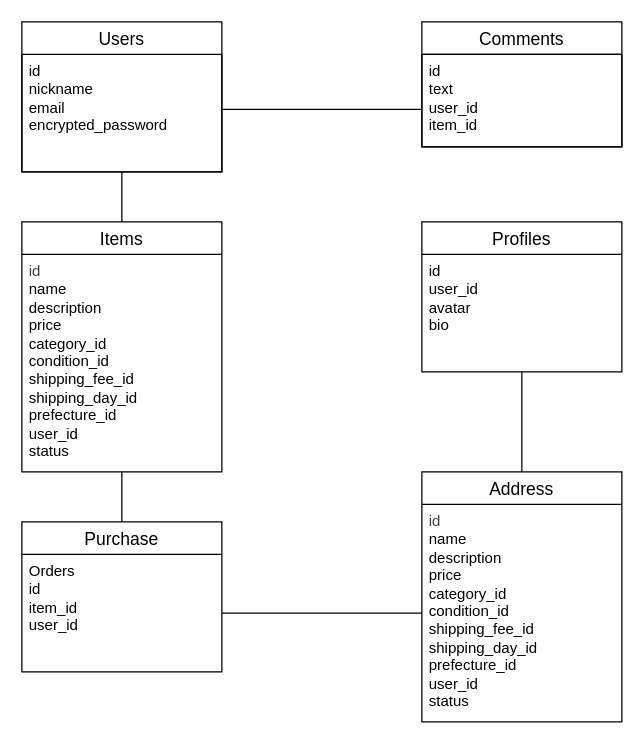
Above: furima.dio in chibi723/furima-45759 (draw.io), before the change. Source tidied: cells renumbered, new cells numbered last; positions are measured from the earlier drawing's top-left corner, leaving out a move shared by most shapes. Both pictures are drawn from the tidied source at 125%, with x=0, y=0 at pixel (21, 21).
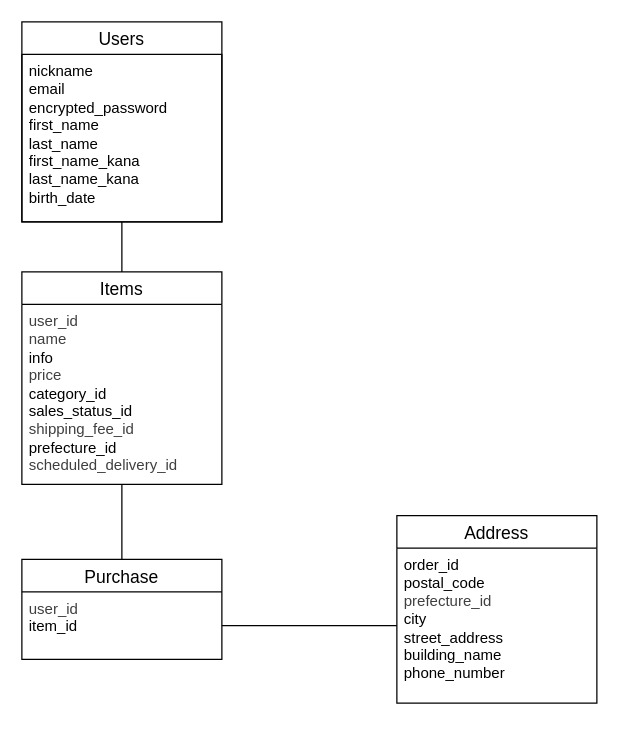
Above is the later version.

What changed in the source:
```diff
@@
 <mxGraphModel>
   <root>
     <mxCell id="0" />
     <mxCell id="1" parent="0" />
-    <mxCell id="2" value="Comments" style="swimlane;fontStyle=0;horizontal=1;startSize=26;align=center;fontSize=14;" parent="1" vertex="1">
-      <mxGeometry x="320" width="160" height="100" as="geometry" />
-    </mxCell>
-    <mxCell id="3" value="&lt;div&gt;&lt;font color=&quot;#000000&quot;&gt;id&lt;/font&gt;&lt;/div&gt;&lt;div&gt;&lt;font color=&quot;#000000&quot;&gt;text&lt;/font&gt;&lt;/div&gt;&lt;div&gt;&lt;font color=&quot;#000000&quot;&gt;user_id&lt;/font&gt;&lt;/div&gt;&lt;div&gt;&lt;font color=&quot;#000000&quot;&gt;item_id&lt;/font&gt;&lt;/div&gt;" style="text;strokeColor=default;fillColor=none;spacingLeft=4;spacingRight=4;overflow=hidden;fontSize=12;whiteSpace=wrap;html=1;" parent="2" vertex="1">
-      <mxGeometry y="26" width="160" height="74" as="geometry" />
-    </mxCell>
     <mxCell id="4" value="Users" style="swimlane;fontStyle=0;horizontal=1;startSize=26;align=center;fontSize=14;swimlaneLine=0;" parent="1" vertex="1">
-      <mxGeometry width="160" height="120" as="geometry" />
+      <mxGeometry width="160" height="160" as="geometry" />
     </mxCell>
-    <mxCell id="5" value="&lt;div&gt;&lt;div&gt;&lt;font color=&quot;#000000&quot;&gt;id&lt;/font&gt;&lt;/div&gt;&lt;div&gt;&lt;font color=&quot;#000000&quot;&gt;nickname&lt;/font&gt;&lt;/div&gt;&lt;div&gt;&lt;font color=&quot;#000000&quot;&gt;email&lt;/font&gt;&lt;/div&gt;&lt;div&gt;&lt;font color=&quot;#000000&quot;&gt;encrypted_password&lt;/font&gt;&lt;/div&gt;&lt;/div&gt;&lt;div&gt;&lt;br&gt;&lt;/div&gt;&lt;div&gt;&lt;br&gt;&lt;/div&gt;&lt;div&gt;&lt;br&gt;&lt;/div&gt;&lt;div&gt;&lt;br&gt;&lt;/div&gt;&lt;div&gt;&lt;br&gt;&lt;/div&gt;&lt;div&gt;&lt;br&gt;&lt;/div&gt;&lt;div&gt;&lt;br&gt;&lt;/div&gt;" style="text;spacingLeft=4;spacingRight=4;overflow=hidden;points=[[0,0.5],[1,0.5]];portConstraint=eastwest;fontSize=12;whiteSpace=wrap;html=1;strokeColor=default;rounded=0;glass=0;shadow=0;" parent="4" vertex="1">
-      <mxGeometry y="26" width="160" height="94" as="geometry" />
+    <mxCell id="5" value="&lt;div&gt;&lt;div&gt;&lt;span style=&quot;background-color: transparent;&quot;&gt;nickname&lt;/span&gt;&lt;/div&gt;&lt;div&gt;&lt;font color=&quot;#000000&quot;&gt;email&lt;/font&gt;&lt;/div&gt;&lt;div&gt;&lt;font color=&quot;#000000&quot;&gt;encrypted_password&lt;/font&gt;&lt;/div&gt;&lt;/div&gt;&lt;div&gt;&lt;font&gt;first_name&lt;/font&gt;&lt;/div&gt;&lt;div&gt;&lt;font&gt;last_name&lt;/font&gt;&lt;/div&gt;&lt;div&gt;&lt;font&gt;first_name_kana&lt;/font&gt;&lt;/div&gt;&lt;div&gt;&lt;font&gt;last_name_kana&lt;/font&gt;&lt;/div&gt;&lt;div&gt;&lt;font&gt;birth_date&lt;/font&gt;&lt;/div&gt;&lt;div&gt;&lt;font&gt;&lt;br&gt;&lt;/font&gt;&lt;/div&gt;&lt;div&gt;&lt;br&gt;&lt;/div&gt;&lt;div&gt;&lt;br&gt;&lt;/div&gt;&lt;div&gt;&lt;br&gt;&lt;/div&gt;&lt;div&gt;&lt;br&gt;&lt;/div&gt;&lt;div&gt;&lt;br&gt;&lt;/div&gt;&lt;div&gt;&lt;br&gt;&lt;/div&gt;&lt;div&gt;&lt;br&gt;&lt;/div&gt;" style="text;spacingLeft=4;spacingRight=4;overflow=hidden;points=[[0,0.5],[1,0.5]];portConstraint=eastwest;fontSize=12;whiteSpace=wrap;html=1;strokeColor=default;rounded=0;glass=0;shadow=0;" parent="4" vertex="1">
+      <mxGeometry y="26" width="160" height="134" as="geometry" />
     </mxCell>
     <mxCell id="6" style="edgeStyle=none;html=1;endArrow=none;endFill=0;" parent="1" edge="1" source="7" target="5">
       <mxGeometry relative="1" as="geometry" />
     </mxCell>
     <mxCell id="7" value="Items" style="swimlane;fontStyle=0;horizontal=1;startSize=26;align=center;fontSize=14;" parent="1" vertex="1">
-      <mxGeometry y="160" width="160" height="200" as="geometry" />
+      <mxGeometry y="200" width="160" height="170" as="geometry" />
     </mxCell>
-    <mxCell id="8" value="&lt;span style=&quot;background-color: transparent; color: rgb(63, 63, 63);&quot;&gt;id&lt;/span&gt;&lt;div&gt;&lt;font&gt;&lt;div style=&quot;&quot;&gt;name&lt;/div&gt;&lt;div style=&quot;&quot;&gt;description&lt;/div&gt;&lt;div style=&quot;&quot;&gt;price&lt;/div&gt;&lt;div style=&quot;&quot;&gt;category_id&lt;/div&gt;&lt;div style=&quot;&quot;&gt;condition_id&lt;/div&gt;&lt;div style=&quot;&quot;&gt;shipping_fee_id&lt;/div&gt;&lt;div style=&quot;&quot;&gt;shipping_day_id&lt;/div&gt;&lt;div style=&quot;&quot;&gt;prefecture_id&lt;/div&gt;&lt;div style=&quot;&quot;&gt;user_id&lt;/div&gt;&lt;div style=&quot;&quot;&gt;status&lt;/div&gt;&lt;div style=&quot;color: light-dark(rgb(0, 0, 0), rgb(237, 237, 237));&quot;&gt;&lt;br&gt;&lt;/div&gt;&lt;/font&gt;&lt;div&gt;&lt;br&gt;&lt;/div&gt;&lt;div&gt;&lt;br&gt;&lt;/div&gt;&lt;/div&gt;" style="text;strokeColor=none;fillColor=none;spacingLeft=4;spacingRight=4;overflow=hidden;points=[[0,0.5],[1,0.5]];portConstraint=eastwest;fontSize=12;whiteSpace=wrap;html=1;" parent="7" vertex="1">
-      <mxGeometry y="26" width="160" height="174" as="geometry" />
+    <mxCell id="8" value="&lt;div&gt;&lt;span style=&quot;background-color: transparent; color: rgb(63, 63, 63);&quot;&gt;user_id&lt;/span&gt;&lt;/div&gt;&lt;span style=&quot;color: rgb(63, 63, 63); background-color: transparent;&quot;&gt;name&lt;/span&gt;&lt;div&gt;info&lt;/div&gt;&lt;div&gt;&lt;span style=&quot;color: rgb(63, 63, 63);&quot;&gt;price&lt;/span&gt;&lt;div&gt;&lt;font&gt;&lt;div style=&quot;&quot;&gt;category_id&lt;/div&gt;&lt;div style=&quot;&quot;&gt;sales_status_id&lt;/div&gt;&lt;div style=&quot;&quot;&gt;&lt;span style=&quot;color: rgb(63, 63, 63);&quot;&gt;shipping_fee_id&lt;/span&gt;&lt;/div&gt;&lt;div style=&quot;&quot;&gt;prefecture_id&lt;/div&gt;&lt;div style=&quot;color: light-dark(rgb(0, 0, 0), rgb(237, 237, 237));&quot;&gt;&lt;span style=&quot;color: rgb(63, 63, 63);&quot;&gt;scheduled_delivery_id&lt;/span&gt;&lt;/div&gt;&lt;/font&gt;&lt;div&gt;&lt;br&gt;&lt;/div&gt;&lt;div&gt;&lt;br&gt;&lt;/div&gt;&lt;/div&gt;&lt;/div&gt;" style="text;strokeColor=none;fillColor=none;spacingLeft=4;spacingRight=4;overflow=hidden;points=[[0,0.5],[1,0.5]];portConstraint=eastwest;fontSize=12;whiteSpace=wrap;html=1;" parent="7" vertex="1">
+      <mxGeometry y="26" width="160" height="144" as="geometry" />
     </mxCell>
-    <mxCell id="9" value="Profiles" style="swimlane;fontStyle=0;horizontal=1;startSize=26;align=center;fontSize=14;" parent="1" vertex="1">
-      <mxGeometry x="320" y="160" width="160" height="120" as="geometry" />
-    </mxCell>
-    <mxCell id="10" value="&lt;div&gt;&lt;div&gt;&lt;div&gt;&lt;font color=&quot;#000000&quot;&gt;id&lt;/font&gt;&lt;/div&gt;&lt;div&gt;&lt;font color=&quot;#000000&quot;&gt;user_id&lt;/font&gt;&lt;/div&gt;&lt;div&gt;&lt;font color=&quot;#000000&quot;&gt;avatar&lt;/font&gt;&lt;/div&gt;&lt;div&gt;&lt;font color=&quot;#000000&quot;&gt;bio&lt;/font&gt;&lt;/div&gt;&lt;/div&gt;&lt;/div&gt;" style="text;strokeColor=none;fillColor=none;spacingLeft=4;spacingRight=4;overflow=hidden;points=[[0,0.5],[1,0.5]];portConstraint=eastwest;fontSize=12;whiteSpace=wrap;html=1;" parent="9" vertex="1">
-      <mxGeometry y="26" width="160" height="94" as="geometry" />
-    </mxCell>
-    <mxCell id="11" style="edgeStyle=none;html=1;endArrow=none;endFill=0;" parent="1" edge="1" source="12" target="10">
-      <mxGeometry relative="1" as="geometry" />
-    </mxCell>
     <mxCell id="12" value="Address" style="swimlane;fontStyle=0;horizontal=1;startSize=26;align=center;fontSize=14;" parent="1" vertex="1">
-      <mxGeometry x="320" y="360" width="160" height="200" as="geometry" />
+      <mxGeometry x="300" y="395" width="160" height="150" as="geometry" />
     </mxCell>
-    <mxCell id="13" value="&lt;span style=&quot;background-color: transparent; color: rgb(63, 63, 63);&quot;&gt;id&lt;/span&gt;&lt;div&gt;&lt;font&gt;&lt;div style=&quot;&quot;&gt;name&lt;/div&gt;&lt;div style=&quot;&quot;&gt;description&lt;/div&gt;&lt;div style=&quot;&quot;&gt;price&lt;/div&gt;&lt;div style=&quot;&quot;&gt;category_id&lt;/div&gt;&lt;div style=&quot;&quot;&gt;condition_id&lt;/div&gt;&lt;div style=&quot;&quot;&gt;shipping_fee_id&lt;/div&gt;&lt;div style=&quot;&quot;&gt;shipping_day_id&lt;/div&gt;&lt;div style=&quot;&quot;&gt;prefecture_id&lt;/div&gt;&lt;div style=&quot;&quot;&gt;user_id&lt;/div&gt;&lt;div style=&quot;&quot;&gt;status&lt;/div&gt;&lt;div style=&quot;color: light-dark(rgb(0, 0, 0), rgb(237, 237, 237));&quot;&gt;&lt;br&gt;&lt;/div&gt;&lt;/font&gt;&lt;div&gt;&lt;br&gt;&lt;/div&gt;&lt;div&gt;&lt;br&gt;&lt;/div&gt;&lt;/div&gt;" style="text;strokeColor=none;fillColor=none;spacingLeft=4;spacingRight=4;overflow=hidden;points=[[0,0.5],[1,0.5]];portConstraint=eastwest;fontSize=12;whiteSpace=wrap;html=1;" parent="12" vertex="1">
-      <mxGeometry y="26" width="160" height="174" as="geometry" />
+    <mxCell id="13" value="&lt;font&gt;&lt;div style=&quot;&quot;&gt;order_id&lt;/div&gt;&lt;div style=&quot;&quot;&gt;postal_code&lt;/div&gt;&lt;div style=&quot;&quot;&gt;&lt;span style=&quot;color: rgb(63, 63, 63);&quot;&gt;prefecture_id&lt;/span&gt;&lt;/div&gt;&lt;div style=&quot;&quot;&gt;city&lt;/div&gt;&lt;div style=&quot;&quot;&gt;street_address&lt;/div&gt;&lt;div style=&quot;&quot;&gt;building_name&lt;/div&gt;&lt;div style=&quot;&quot;&gt;phone_number&lt;/div&gt;&lt;/font&gt;" style="text;strokeColor=none;fillColor=none;spacingLeft=4;spacingRight=4;overflow=hidden;points=[[0,0.5],[1,0.5]];portConstraint=eastwest;fontSize=12;whiteSpace=wrap;html=1;" parent="12" vertex="1">
+      <mxGeometry y="26" width="160" height="124" as="geometry" />
     </mxCell>
     <mxCell id="14" style="edgeStyle=none;html=1;endArrow=none;endFill=0;" parent="1" edge="1" source="15" target="8">
       <mxGeometry relative="1" as="geometry" />
     </mxCell>
     <mxCell id="15" value="Purchase" style="swimlane;fontStyle=0;horizontal=1;startSize=26;align=center;fontSize=14;" parent="1" vertex="1">
-      <mxGeometry y="400" width="160" height="120" as="geometry" />
+      <mxGeometry y="430" width="160" height="80" as="geometry" />
     </mxCell>
-    <mxCell id="16" value="&lt;div&gt;&lt;font color=&quot;#000000&quot;&gt;Orders&lt;/font&gt;&lt;/div&gt;&lt;div&gt;&lt;font color=&quot;#000000&quot;&gt;id&lt;/font&gt;&lt;/div&gt;&lt;div&gt;&lt;font color=&quot;#000000&quot;&gt;item_id&lt;/font&gt;&lt;/div&gt;&lt;div&gt;&lt;font color=&quot;#000000&quot;&gt;user_id&lt;/font&gt;&lt;/div&gt;&lt;div&gt;&lt;br&gt;&lt;/div&gt;" style="text;strokeColor=none;fillColor=none;spacingLeft=4;spacingRight=4;overflow=hidden;points=[[0,0.5],[1,0.5]];portConstraint=eastwest;fontSize=12;whiteSpace=wrap;html=1;" parent="15" vertex="1">
-      <mxGeometry y="26" width="160" height="94" as="geometry" />
+    <mxCell id="16" value="&lt;div style=&quot;color: rgb(63, 63, 63); scrollbar-color: rgb(226, 226, 226) rgb(251, 251, 251);&quot;&gt;&lt;font style=&quot;scrollbar-color: rgb(226, 226, 226) rgb(251, 251, 251);&quot;&gt;user_id&lt;/font&gt;&lt;/div&gt;&lt;div&gt;&lt;span style=&quot;background-color: transparent;&quot;&gt;item_id&lt;/span&gt;&lt;/div&gt;&lt;div&gt;&lt;br&gt;&lt;/div&gt;&lt;div&gt;&lt;br&gt;&lt;/div&gt;" style="text;strokeColor=none;fillColor=none;spacingLeft=4;spacingRight=4;overflow=hidden;points=[[0,0.5],[1,0.5]];portConstraint=eastwest;fontSize=12;whiteSpace=wrap;html=1;" parent="15" vertex="1">
+      <mxGeometry y="26" width="160" height="54" as="geometry" />
     </mxCell>
-    <mxCell id="17" style="edgeStyle=none;html=1;exitX=1;exitY=0.5;exitDx=0;exitDy=0;endArrow=none;endFill=0;" parent="1" edge="1">
-      <mxGeometry relative="1" as="geometry">
-        <mxPoint x="160" y="70" as="sourcePoint" />
-        <mxPoint x="320" y="70" as="targetPoint" />
-      </mxGeometry>
-    </mxCell>
     <mxCell id="18" style="edgeStyle=none;html=1;entryX=0;entryY=0.5;entryDx=0;entryDy=0;endArrow=none;endFill=0;" parent="1" edge="1" source="16" target="13">
       <mxGeometry relative="1" as="geometry" />
     </mxCell>
   </root>
 </mxGraphModel>
```
